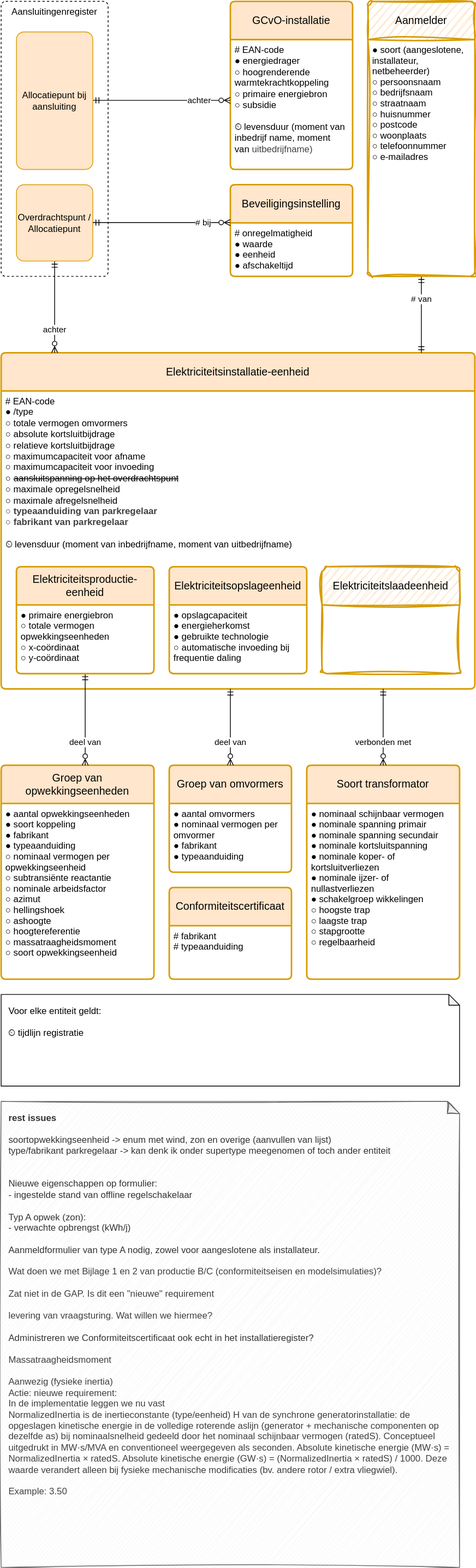
Netbeheer-Nederland/stelsel keeps this draw.io diagram as registers/installatieregister/1.0/installatieregister.drawio.svg. Above is the earlier version. Source tidied: cells renumbered, new cells last; positions are measured from the earlier drawing's top-left corner, leaving out a move shared by most shapes.
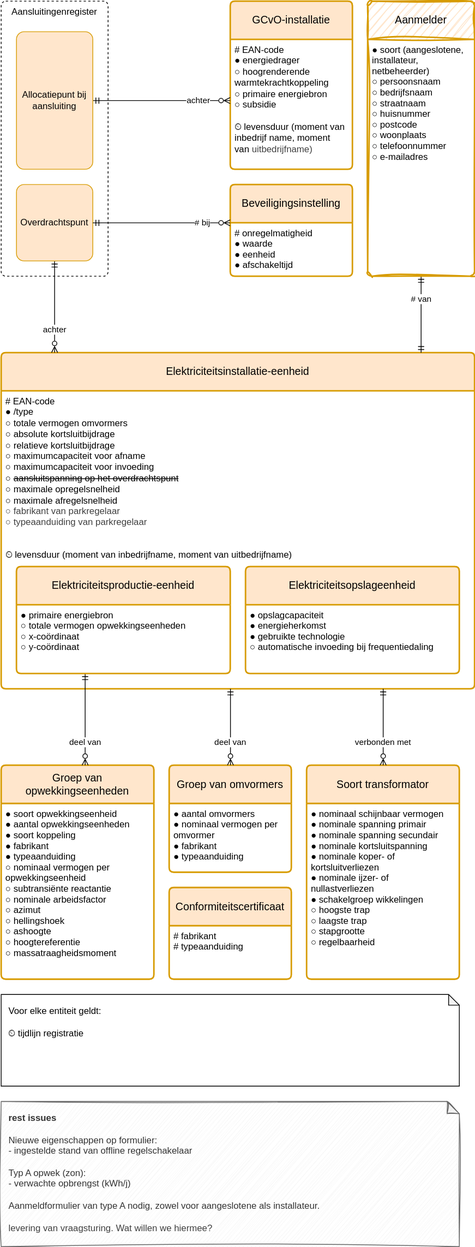
After the change.

Commit message:
bijna klaar voor 1.0, changes in linkml/model

What changed in the source:
```diff
@@ -17,13 +17,13 @@
     <mxCell id="6" value="Elektriciteitsinstallatie-eenheid" style="swimlane;horizontal=1;startSize=50;rounded=1;fontSize=14;fontStyle=0;strokeWidth=2;shadow=0;dashed=0;align=center;fillColor=#ffe6cc;strokeColor=#d79b00;arcSize=4;whiteSpace=wrap;html=1;spacing=10;" parent="1" vertex="1">
       <mxGeometry y="460" width="620" height="440" as="geometry" />
     </mxCell>
-    <mxCell id="7" value="&lt;font style=&quot;background-color: light-dark(#ffffff, var(--ge-dark-color, #121212));&quot;&gt;# EAN-code&lt;br&gt;● /type&lt;br&gt;○&amp;nbsp;totale vermogen omvormers&lt;br&gt;○ absolute kortsluitbijdrage&lt;br&gt;○ relatieve kortsluitbijdrage&lt;br&gt;○&amp;nbsp;maximumcapaciteit voor&amp;nbsp;afname&lt;br&gt;○&amp;nbsp;maximumcapaciteit voor&amp;nbsp;invoeding&lt;br&gt;○&amp;nbsp;&lt;strike style=&quot;&quot;&gt;aansluitspanning op het overdrachtspunt&lt;/strike&gt;&lt;/font&gt;&lt;div&gt;&lt;font&gt;&lt;span style=&quot;background-color: light-dark(#ffffff, var(--ge-dark-color, #121212));&quot;&gt;○ maximale opregelsnelheid&lt;/span&gt;&lt;/font&gt;&lt;/div&gt;&lt;div&gt;&lt;font&gt;&lt;span style=&quot;background-color: light-dark(#ffffff, var(--ge-dark-color, #121212));&quot;&gt;○ maximale afregelsnelheid&lt;/span&gt;&lt;/font&gt;&lt;/div&gt;&lt;div&gt;&lt;font&gt;&lt;span style=&quot;color: rgb(63, 63, 63);&quot;&gt;○ &lt;b&gt;typeaanduiding van parkregelaar&lt;/b&gt;&lt;/span&gt;&lt;span style=&quot;background-color: light-dark(#ffffff, var(--ge-dark-color, #121212));&quot;&gt;&lt;/span&gt;&lt;/font&gt;&lt;/div&gt;&lt;div&gt;&lt;font&gt;&lt;span style=&quot;color: rgb(63, 63, 63);&quot;&gt;○ &lt;b&gt;fabrikant van parkregelaar&lt;/b&gt;&lt;/span&gt;&lt;span style=&quot;color: rgb(63, 63, 63);&quot;&gt;&lt;/span&gt;&lt;/font&gt;&lt;/div&gt;&lt;div&gt;&lt;font style=&quot;background-color: light-dark(#ffffff, var(--ge-dark-color, #121212));&quot;&gt;&lt;br&gt;&lt;/font&gt;&lt;div&gt;&lt;font style=&quot;background-color: light-dark(#ffffff, var(--ge-dark-color, #121212));&quot;&gt;⏲&amp;nbsp;levensduur (moment van inbedrijfname, moment van uitbedrijfname)&lt;/font&gt;&lt;/div&gt;&lt;/div&gt;" style="align=left;strokeColor=none;fillColor=none;spacingLeft=4;fontSize=12;verticalAlign=top;fontColor=default;html=1;" parent="6" vertex="1">
+    <mxCell id="7" value="&lt;font style=&quot;background-color: light-dark(#ffffff, var(--ge-dark-color, #121212));&quot;&gt;# EAN-code&lt;br&gt;● /type&lt;br&gt;○&amp;nbsp;totale vermogen omvormers&lt;br&gt;○ absolute kortsluitbijdrage&lt;br&gt;○ relatieve kortsluitbijdrage&lt;br&gt;○&amp;nbsp;maximumcapaciteit voor&amp;nbsp;afname&lt;br&gt;○&amp;nbsp;maximumcapaciteit voor&amp;nbsp;invoeding&lt;br&gt;○&amp;nbsp;&lt;strike style=&quot;&quot;&gt;aansluitspanning op het overdrachtspunt&lt;/strike&gt;&lt;/font&gt;&lt;div&gt;&lt;font&gt;&lt;span style=&quot;background-color: light-dark(#ffffff, var(--ge-dark-color, #121212));&quot;&gt;○ maximale opregelsnelheid&lt;/span&gt;&lt;/font&gt;&lt;/div&gt;&lt;div&gt;&lt;font&gt;&lt;span style=&quot;background-color: light-dark(#ffffff, var(--ge-dark-color, #121212));&quot;&gt;○ maximale afregelsnelheid&lt;/span&gt;&lt;/font&gt;&lt;/div&gt;&lt;div&gt;&lt;font&gt;&lt;span style=&quot;color: rgb(63, 63, 63);&quot;&gt;○&amp;nbsp;&lt;/span&gt;&lt;span style=&quot;color: rgb(63, 63, 63); scrollbar-color: rgb(226, 226, 226) rgb(251, 251, 251);&quot;&gt;fabrikant van parkregelaar&lt;/span&gt;&lt;span style=&quot;background-color: light-dark(#ffffff, var(--ge-dark-color, #121212));&quot;&gt;&lt;/span&gt;&lt;/font&gt;&lt;/div&gt;&lt;div&gt;&lt;font&gt;&lt;span style=&quot;color: rgb(63, 63, 63);&quot;&gt;○ typeaanduiding van parkregelaar&lt;/span&gt;&lt;span style=&quot;background-color: light-dark(#ffffff, var(--ge-dark-color, #121212));&quot;&gt;&lt;/span&gt;&lt;/font&gt;&lt;/div&gt;&lt;div&gt;&lt;br&gt;&lt;/div&gt;&lt;div&gt;&lt;font style=&quot;background-color: light-dark(#ffffff, var(--ge-dark-color, #121212));&quot;&gt;&lt;br&gt;&lt;/font&gt;&lt;div&gt;&lt;font style=&quot;background-color: light-dark(#ffffff, var(--ge-dark-color, #121212));&quot;&gt;⏲&amp;nbsp;levensduur (moment van inbedrijfname, moment van uitbedrijfname)&lt;/font&gt;&lt;/div&gt;&lt;/div&gt;" style="align=left;strokeColor=none;fillColor=none;spacingLeft=4;fontSize=12;verticalAlign=top;fontColor=default;html=1;" parent="6" vertex="1">
       <mxGeometry y="50" width="620" height="390" as="geometry" />
     </mxCell>
     <mxCell id="8" value="Groep van opwekkingseenheden" style="swimlane;horizontal=1;startSize=50;rounded=1;fontSize=14;fontStyle=0;strokeWidth=2;shadow=0;dashed=0;align=center;fillColor=#ffe6cc;strokeColor=#d79b00;arcSize=4;whiteSpace=wrap;html=1;spacing=10;" parent="1" vertex="1">
       <mxGeometry y="1000" width="200" height="280" as="geometry" />
     </mxCell>
-    <mxCell id="9" value="● aantal opwekkingseenheden&#10;● soort koppeling&#10;● fabrikant&#10;● typeaanduiding&#10;○ nominaal vermogen per&#10;   opwekkingseenheid&#10;○ subtransiënte reactantie&#10;○ nominale arbeidsfactor&#10;○ azimut&#10;○ hellingshoek&#10;○ ashoogte&#10;○ hoogtereferentie&#10;○ massatraagheidsmoment&#10;○ soort opwekkingseenheid " style="align=left;strokeColor=none;fillColor=none;spacingLeft=4;fontSize=12;verticalAlign=top;" parent="8" vertex="1">
+    <mxCell id="9" value="● soort opwekkingseenheid &#10;● aantal opwekkingseenheden&#10;● soort koppeling&#10;● fabrikant&#10;● typeaanduiding&#10;○ nominaal vermogen per&#10;   opwekkingseenheid&#10;○ subtransiënte reactantie&#10;○ nominale arbeidsfactor&#10;○ azimut&#10;○ hellingshoek&#10;○ ashoogte&#10;○ hoogtereferentie&#10;○ massatraagheidsmoment&#10;" style="align=left;strokeColor=none;fillColor=none;spacingLeft=4;fontSize=12;verticalAlign=top;" parent="8" vertex="1">
       <mxGeometry y="50" width="200" height="230" as="geometry" />
     </mxCell>
     <mxCell id="10" value="Soort transformator" style="swimlane;horizontal=1;startSize=50;rounded=1;fontSize=14;fontStyle=0;strokeWidth=2;shadow=0;dashed=0;align=center;fillColor=#ffe6cc;strokeColor=#d79b00;arcSize=4;whiteSpace=wrap;html=1;spacing=10;" parent="1" vertex="1">
@@ -36,21 +36,24 @@
       <mxGeometry x="0.5" relative="1" as="geometry" />
     </mxCell>
     <mxCell id="13" value="Elektriciteitsproductie-eenheid" style="swimlane;horizontal=1;startSize=50;rounded=1;fontSize=14;fontStyle=0;strokeWidth=2;shadow=0;dashed=0;align=center;fillColor=#ffe6cc;strokeColor=#d79b00;arcSize=4;whiteSpace=wrap;html=1;spacing=10;" parent="1" vertex="1">
-      <mxGeometry x="20" y="740" width="180" height="140" as="geometry" />
+      <mxGeometry x="20" y="740" width="280" height="140" as="geometry" />
     </mxCell>
-    <mxCell id="14" value="● primaire energiebron&#10;○ totale vermogen&#10;   opwekkingseenheden&#10;○ x-coördinaat&#10;○ y-coördinaat" style="align=left;strokeColor=none;fillColor=none;spacingLeft=4;fontSize=12;verticalAlign=top;" parent="13" vertex="1">
-      <mxGeometry y="50" width="180" height="90" as="geometry" />
+    <mxCell id="14" value="● primaire energiebron&#10;○ totale vermogen opwekkingseenheden&#10;○ x-coördinaat&#10;○ y-coördinaat" style="align=left;strokeColor=none;fillColor=none;spacingLeft=4;fontSize=12;verticalAlign=top;" parent="13" vertex="1">
+      <mxGeometry y="50" width="280" height="90" as="geometry" />
     </mxCell>
     <mxCell id="15" value="Elektriciteitsopslageenheid" style="swimlane;horizontal=1;startSize=50;rounded=1;fontSize=14;fontStyle=0;strokeWidth=2;shadow=0;dashed=0;align=center;fillColor=#ffe6cc;strokeColor=#d79b00;arcSize=4;whiteSpace=wrap;html=1;spacing=10;" parent="1" vertex="1">
-      <mxGeometry x="220" y="740" width="180" height="140" as="geometry" />
+      <mxGeometry x="320" y="740" width="280" height="140" as="geometry" />
     </mxCell>
-    <mxCell id="16" value="● opslagcapaciteit&#10;● energieherkomst&#10;● gebruikte technologie&#10;○ automatische invoeding bij &#10;   frequentie daling" style="align=left;strokeColor=none;fillColor=none;spacingLeft=4;fontSize=12;verticalAlign=top;fontStyle=0;" parent="15" vertex="1">
-      <mxGeometry y="50" width="180" height="90" as="geometry" />
+    <mxCell id="16" value="● opslagcapaciteit&#10;● energieherkomst&#10;● gebruikte technologie&#10;○ automatische invoeding bij frequentiedaling" style="align=left;strokeColor=none;fillColor=none;spacingLeft=4;fontSize=12;verticalAlign=top;fontStyle=0;" parent="15" vertex="1">
+      <mxGeometry y="50" width="280" height="90" as="geometry" />
     </mxCell>
+    <mxCell id="36" style="edgeStyle=none;html=1;entryX=0;entryY=0;entryDx=0;entryDy=0;" parent="15" edge="1" source="15" target="16">
+      <mxGeometry relative="1" as="geometry" />
+    </mxCell>
     <mxCell id="17" value="achter" style="endArrow=ERmandOne;html=1;rounded=0;endFill=0;startArrow=ERzeroToMany;startFill=0;align=center;edgeStyle=elbowEdgeStyle;" parent="1" edge="1" source="6" target="18">
       <mxGeometry x="-0.5" relative="1" as="geometry" />
     </mxCell>
-    <mxCell id="18" value="Overdrachtspunt / Allocatiepunt" style="rounded=1;arcSize=10;whiteSpace=wrap;html=1;align=center;fillColor=#ffe6cc;strokeColor=#d79b00;" parent="1" vertex="1">
+    <mxCell id="18" value="Overdrachtspunt" style="rounded=1;arcSize=10;whiteSpace=wrap;html=1;align=center;fillColor=#ffe6cc;strokeColor=#d79b00;" parent="1" vertex="1">
       <mxGeometry x="20" y="240" width="100" height="100" as="geometry" />
     </mxCell>
     <mxCell id="19" value="Conformiteitscertificaat" style="swimlane;horizontal=1;startSize=50;rounded=1;fontSize=14;fontStyle=0;strokeWidth=2;shadow=0;dashed=0;align=center;fillColor=#ffe6cc;strokeColor=#d79b00;arcSize=4;whiteSpace=wrap;html=1;spacing=10;" parent="1" vertex="1">
@@ -83,12 +86,6 @@
     <mxCell id="28" value="verbonden met" style="endArrow=ERzeroToMany;html=1;rounded=0;startArrow=ERmandOne;startFill=0;endFill=0;align=center;edgeStyle=elbowEdgeStyle;" parent="1" edge="1" source="6" target="10">
       <mxGeometry x="0.4" relative="1" as="geometry" />
     </mxCell>
-    <mxCell id="29" value="Elektriciteitslaadeenheid" style="swimlane;horizontal=1;startSize=50;rounded=1;fontSize=14;fontStyle=0;strokeWidth=2;shadow=0;dashed=0;align=center;fillColor=#ffe6cc;strokeColor=#d79b00;arcSize=4;whiteSpace=wrap;html=1;spacing=10;sketch=1;curveFitting=1;jiggle=2;" parent="1" vertex="1">
-      <mxGeometry x="420" y="740" width="180" height="140" as="geometry" />
-    </mxCell>
-    <mxCell id="30" value=" " style="align=left;strokeColor=none;fillColor=none;spacingLeft=4;fontSize=12;verticalAlign=top;fontStyle=0;" parent="29" vertex="1">
-      <mxGeometry y="50" width="180" height="90" as="geometry" />
-    </mxCell>
     <mxCell id="31" value="Voor elke entiteit geldt:&lt;div&gt;&lt;br&gt;&lt;/div&gt;&lt;div&gt;&lt;span style=&quot;text-wrap-mode: nowrap;&quot;&gt;⏲ tijdlijn registratie&lt;/span&gt;&lt;/div&gt;" style="shape=note;whiteSpace=wrap;html=1;backgroundOutline=1;darkOpacity=0.05;align=left;spacing=10;size=14;verticalAlign=top;" parent="1" vertex="1">
       <mxGeometry y="1300" width="600" height="120" as="geometry" />
     </mxCell>
@@ -101,8 +98,8 @@
     <mxCell id="34" value="● soort (aangeslotene,&#10;   installateur,&#10;   netbeheerder)&#10;○ persoonsnaam &#10;○ bedrijfsnaam &#10;○ straatnaam&#10;○ huisnummer&#10;○ postcode&#10;○ woonplaats&#10;○ telefoonnummer&#10;○ e-mailadres" style="align=left;strokeColor=none;fillColor=none;spacingLeft=4;fontSize=12;verticalAlign=top;" parent="33" vertex="1">
       <mxGeometry y="50" width="140" height="310" as="geometry" />
     </mxCell>
-    <mxCell id="35" value="&lt;div&gt;&lt;b&gt;rest issues&lt;/b&gt;&lt;/div&gt;&lt;div&gt;&lt;br&gt;&lt;/div&gt;&lt;div&gt;soortopwekkingseenheid -&amp;gt; enum met wind, zon en overige (aanvullen van lijst)&lt;/div&gt;&lt;div&gt;type/fabrikant parkregelaar -&amp;gt; kan denk ik onder supertype meegenomen of toch ander entiteit&lt;/div&gt;&lt;div&gt;&lt;br&gt;&lt;/div&gt;&lt;div&gt;&lt;br&gt;&lt;/div&gt;&lt;div&gt;Nieuwe eigenschappen op formulier:&lt;/div&gt;&lt;div&gt;- ingestelde stand van offline regelschakelaar&lt;/div&gt;&lt;div&gt;&lt;br&gt;&lt;/div&gt;&lt;div&gt;Typ A opwek (zon):&lt;/div&gt;&lt;div&gt;- verwachte opbrengst (kWh/j)&lt;/div&gt;&lt;div&gt;&lt;br&gt;&lt;/div&gt;&lt;div&gt;&lt;span style=&quot;color: rgb(51, 51, 51);&quot;&gt;Aanmeldformulier van type A nodig, zowel voor aangeslotene als installateur.&lt;/span&gt;&lt;/div&gt;&lt;div&gt;&lt;br&gt;&lt;/div&gt;&lt;div&gt;&lt;span style=&quot;color: rgb(63, 63, 63); background-color: transparent;&quot;&gt;Wat doen we met Bijlage 1 en 2 van productie B/C (conformiteitseisen en modelsimulaties)?&lt;/span&gt;&lt;/div&gt;&lt;div&gt;&lt;span style=&quot;color: rgb(63, 63, 63); background-color: transparent;&quot;&gt;&lt;br&gt;&lt;/span&gt;&lt;/div&gt;&lt;div&gt;&lt;span style=&quot;color: rgb(63, 63, 63); background-color: transparent;&quot;&gt;Zat niet in de GAP. Is dit een &quot;nieuwe&quot; requirement&lt;/span&gt;&lt;/div&gt;&lt;div&gt;&lt;span style=&quot;color: rgb(63, 63, 63); background-color: transparent;&quot;&gt;&lt;br&gt;&lt;/span&gt;&lt;/div&gt;&lt;div&gt;&lt;span style=&quot;color: rgb(63, 63, 63); background-color: transparent;&quot;&gt;levering van vraagsturing. Wat willen we hiermee?&lt;/span&gt;&lt;/div&gt;&lt;div&gt;&lt;span style=&quot;color: rgb(63, 63, 63); background-color: transparent;&quot;&gt;&lt;br&gt;&lt;/span&gt;&lt;/div&gt;&lt;div&gt;&lt;span style=&quot;color: rgb(63, 63, 63); background-color: transparent;&quot;&gt;&lt;span style=&quot;color: rgb(51, 51, 51);&quot;&gt;Administreren we Conformiteitscertificaat ook echt in het installatieregister?&lt;/span&gt;&lt;/span&gt;&lt;/div&gt;&lt;div&gt;&lt;span style=&quot;color: rgb(63, 63, 63); background-color: transparent;&quot;&gt;&lt;span style=&quot;color: rgb(51, 51, 51);&quot;&gt;&lt;br&gt;&lt;/span&gt;&lt;/span&gt;&lt;/div&gt;&lt;div&gt;&lt;span style=&quot;color: rgb(63, 63, 63); background-color: transparent;&quot;&gt;&lt;span style=&quot;color: rgb(51, 51, 51);&quot;&gt;&lt;div style=&quot;color: rgb(63, 63, 63); scrollbar-color: rgb(226, 226, 226) rgb(251, 251, 251);&quot;&gt;&lt;font style=&quot;scrollbar-color: rgb(226, 226, 226) rgb(251, 251, 251);&quot;&gt;Massatraagheidsmoment&lt;/font&gt;&lt;/div&gt;&lt;div style=&quot;color: rgb(63, 63, 63); scrollbar-color: rgb(226, 226, 226) rgb(251, 251, 251);&quot;&gt;&lt;font style=&quot;scrollbar-color: rgb(226, 226, 226) rgb(251, 251, 251);&quot;&gt;&lt;br style=&quot;color: rgb(63, 63, 63); scrollbar-color: rgb(226, 226, 226) rgb(251, 251, 251);&quot;&gt;&lt;/font&gt;&lt;/div&gt;&lt;div style=&quot;color: rgb(63, 63, 63); scrollbar-color: rgb(226, 226, 226) rgb(251, 251, 251);&quot;&gt;&lt;font style=&quot;scrollbar-color: rgb(226, 226, 226) rgb(251, 251, 251);&quot;&gt;Aanwezig (fysieke inertia)&lt;/font&gt;&lt;/div&gt;&lt;div style=&quot;color: rgb(63, 63, 63); scrollbar-color: rgb(226, 226, 226) rgb(251, 251, 251);&quot;&gt;&lt;font style=&quot;scrollbar-color: rgb(226, 226, 226) rgb(251, 251, 251);&quot;&gt;Actie: nieuwe requirement:&lt;/font&gt;&lt;/div&gt;&lt;div style=&quot;color: rgb(63, 63, 63); scrollbar-color: rgb(226, 226, 226) rgb(251, 251, 251);&quot;&gt;&lt;font style=&quot;scrollbar-color: rgb(226, 226, 226) rgb(251, 251, 251);&quot;&gt;In de implementatie leggen we nu vast&lt;/font&gt;&lt;/div&gt;&lt;div style=&quot;color: rgb(63, 63, 63); scrollbar-color: rgb(226, 226, 226) rgb(251, 251, 251);&quot;&gt;&lt;font style=&quot;scrollbar-color: rgb(226, 226, 226) rgb(251, 251, 251);&quot;&gt;NormalizedInertia is de inertieconstante (type/eenheid) H van de synchrone generatorinstallatie: de opgeslagen kinetische energie in de volledige roterende aslijn (generator + mechanische componenten op dezelfde as) bij nominaalsnelheid gedeeld door het nominaal schijnbaar vermogen (ratedS). Conceptueel uitgedrukt in MW·s/MVA en conventioneel weergegeven als seconden. Absolute kinetische energie (MW·s) = NormalizedInertia × ratedS. Absolute kinetische energie (GW·s) = (NormalizedInertia × ratedS) / 1000. Deze waarde verandert alleen bij fysieke mechanische modificaties (bv. andere rotor / extra vliegwiel).&lt;/font&gt;&lt;/div&gt;&lt;div style=&quot;color: rgb(63, 63, 63); scrollbar-color: rgb(226, 226, 226) rgb(251, 251, 251);&quot;&gt;&lt;font style=&quot;scrollbar-color: rgb(226, 226, 226) rgb(251, 251, 251);&quot;&gt;&lt;br style=&quot;color: rgb(63, 63, 63); scrollbar-color: rgb(226, 226, 226) rgb(251, 251, 251);&quot;&gt;&lt;/font&gt;&lt;/div&gt;&lt;div style=&quot;color: rgb(63, 63, 63); scrollbar-color: rgb(226, 226, 226) rgb(251, 251, 251);&quot;&gt;&lt;font style=&quot;scrollbar-color: rgb(226, 226, 226) rgb(251, 251, 251);&quot;&gt;Example: 3.50&lt;/font&gt;&lt;/div&gt;&lt;/span&gt;&lt;/span&gt;&lt;/div&gt;" style="shape=note;whiteSpace=wrap;html=1;backgroundOutline=1;darkOpacity=0.05;sketch=1;curveFitting=1;jiggle=2;fillColor=#f5f5f5;fontColor=#333333;strokeColor=#666666;spacing=10;verticalAlign=top;align=left;size=16;" parent="1" vertex="1">
-      <mxGeometry y="1440" width="600" height="610" as="geometry" />
+    <mxCell id="35" value="&lt;div&gt;&lt;b&gt;rest issues&lt;/b&gt;&lt;/div&gt;&lt;div&gt;&lt;br&gt;&lt;/div&gt;&lt;div&gt;Nieuwe eigenschappen op formulier:&lt;/div&gt;&lt;div&gt;- ingestelde stand van offline regelschakelaar&lt;/div&gt;&lt;div&gt;&lt;br&gt;&lt;/div&gt;&lt;div&gt;Typ A opwek (zon):&lt;/div&gt;&lt;div&gt;- verwachte opbrengst (kWh/j)&lt;/div&gt;&lt;div&gt;&lt;br&gt;&lt;/div&gt;&lt;div&gt;&lt;span style=&quot;color: rgb(51, 51, 51);&quot;&gt;Aanmeldformulier van type A nodig, zowel voor aangeslotene als installateur.&lt;/span&gt;&lt;/div&gt;&lt;div&gt;&lt;span style=&quot;color: rgb(63, 63, 63); background-color: transparent;&quot;&gt;&lt;br&gt;&lt;/span&gt;&lt;/div&gt;&lt;div&gt;&lt;span style=&quot;color: rgb(63, 63, 63); background-color: transparent;&quot;&gt;levering van vraagsturing. Wat willen we hiermee?&lt;/span&gt;&lt;/div&gt;" style="shape=note;whiteSpace=wrap;html=1;backgroundOutline=1;darkOpacity=0.05;sketch=1;curveFitting=1;jiggle=2;fillColor=#f5f5f5;fontColor=#333333;strokeColor=#666666;spacing=10;verticalAlign=top;align=left;size=16;" parent="1" vertex="1">
+      <mxGeometry y="1440" width="600" height="190" as="geometry" />
     </mxCell>
   </root>
 </mxGraphModel>
```
